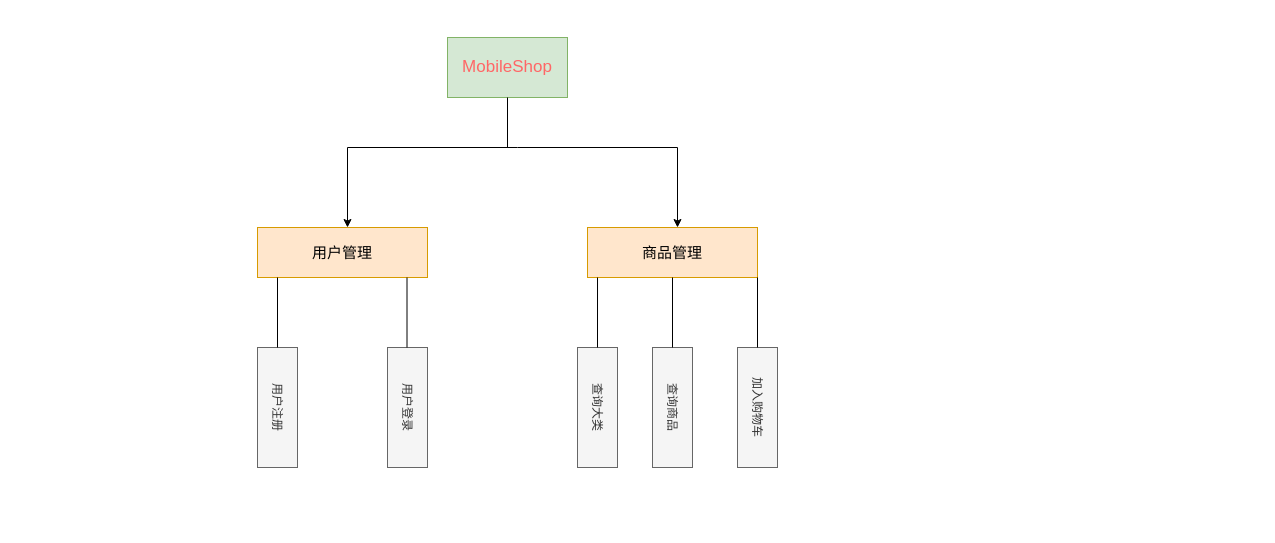
Above: page "功能模块图" (6 of 7) of flow_chart.drawio in dengzhu-hub/diagrams (draw.io), before the change. Source tidied: cells renumbered, new cells numbered last; positions are measured from the earlier drawing's top-left corner, leaving out a move shared by most shapes. Both pictures are drawn from the tidied source at 100%, with x=0, y=0 at pixel (217, 37).
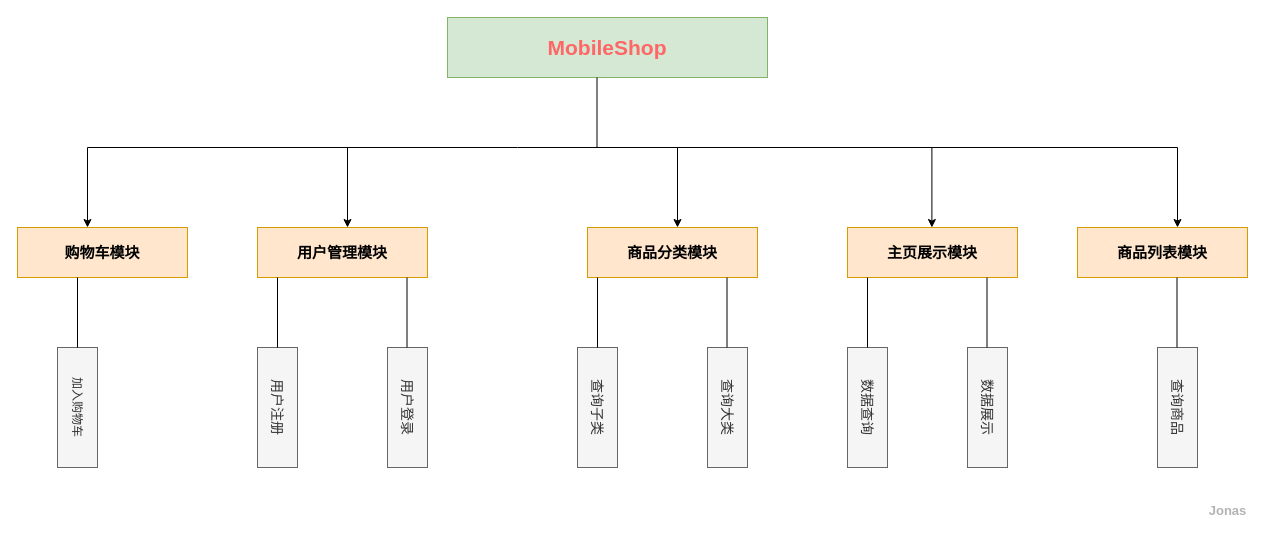
After the change.

The edit, as a diff of the source:
```diff
@@
-    <mxCell id="2" value="&lt;font color=&quot;#ff6666&quot; style=&quot;font-size: 17px;&quot;&gt;MobileShop&lt;/font&gt;" style="rounded=0;whiteSpace=wrap;html=1;fillColor=#d5e8d4;strokeColor=#82b366;" parent="1" vertex="1">
-      <mxGeometry x="230" width="120" height="60" as="geometry" />
+    <mxCell id="2" value="&lt;font color=&quot;#ff6666&quot; style=&quot;font-size: 21px;&quot;&gt;&lt;b&gt;MobileShop&lt;/b&gt;&lt;/font&gt;" style="rounded=0;whiteSpace=wrap;html=1;fillColor=#d5e8d4;strokeColor=#82b366;" parent="1" vertex="1">
+      <mxGeometry x="230" y="-20" width="320" height="60" as="geometry" />
     </mxCell>
-    <mxCell id="3" style="endArrow=none;html=1;rounded=0;entryX=0.5;entryY=1;entryDx=0;entryDy=0;" parent="1" edge="1" target="2">
-      <mxGeometry relative="1" as="geometry">
-        <mxPoint x="290" y="110" as="sourcePoint" />
-      </mxGeometry>
-    </mxCell>
     <mxCell id="4" style="endArrow=none;html=1;rounded=0;" parent="1" edge="1">
       <mxGeometry relative="1" as="geometry">
-        <mxPoint x="130" y="110" as="sourcePoint" />
-        <mxPoint x="460" y="110" as="targetPoint" />
+        <mxPoint x="-130" y="110" as="sourcePoint" />
+        <mxPoint x="960" y="110" as="targetPoint" />
         <Array as="points">
           <mxPoint x="300" y="110" />
         </Array>
       </mxGeometry>
     </mxCell>
@@
-    <mxCell id="6" value="&lt;font style=&quot;font-size: 15px;&quot;&gt;用户管理&lt;/font&gt;" style="rounded=0;whiteSpace=wrap;html=1;rotation=0;fillColor=#ffe6cc;strokeColor=#d79b00;" parent="1" vertex="1">
+    <mxCell id="6" value="&lt;font style=&quot;font-size: 15px;&quot;&gt;&lt;b&gt;用户管理模块&lt;/b&gt;&lt;/font&gt;" style="rounded=0;whiteSpace=wrap;html=1;rotation=0;fillColor=#ffe6cc;strokeColor=#d79b00;" parent="1" vertex="1">
       <mxGeometry x="40" y="190" width="170" height="50" as="geometry" />
     </mxCell>
@@
-    <mxCell id="8" value="&lt;font style=&quot;font-size: 15px;&quot;&gt;商品管理&lt;/font&gt;" style="rounded=0;whiteSpace=wrap;html=1;rotation=0;fillColor=#ffe6cc;strokeColor=#d79b00;" parent="1" vertex="1">
+    <mxCell id="8" value="&lt;font style=&quot;font-size: 15px;&quot;&gt;&lt;b&gt;商品分类模块&lt;/b&gt;&lt;/font&gt;" style="rounded=0;whiteSpace=wrap;html=1;rotation=0;fillColor=#ffe6cc;strokeColor=#d79b00;" parent="1" vertex="1">
       <mxGeometry x="370" y="190" width="170" height="50" as="geometry" />
     </mxCell>
-    <mxCell id="9" value="用户注册" style="rounded=0;whiteSpace=wrap;html=1;rotation=90;fillColor=#f5f5f5;fontColor=#333333;strokeColor=#666666;" parent="1" vertex="1">
+    <mxCell id="9" value="&lt;font style=&quot;font-size: 14px;&quot;&gt;用户注册&lt;/font&gt;" style="rounded=0;whiteSpace=wrap;html=1;rotation=90;fillColor=#f5f5f5;fontColor=#333333;strokeColor=#666666;" parent="1" vertex="1">
       <mxGeometry y="350" width="120" height="40" as="geometry" />
     </mxCell>
-    <mxCell id="10" value="用户登录" style="rounded=0;whiteSpace=wrap;html=1;rotation=90;fillColor=#f5f5f5;fontColor=#333333;strokeColor=#666666;" parent="1" vertex="1">
+    <mxCell id="10" value="&lt;font style=&quot;font-size: 14px;&quot;&gt;用户登录&lt;/font&gt;" style="rounded=0;whiteSpace=wrap;html=1;rotation=90;fillColor=#f5f5f5;fontColor=#333333;strokeColor=#666666;" parent="1" vertex="1">
       <mxGeometry x="130" y="350" width="120" height="40" as="geometry" />
     </mxCell>
@@
-    <mxCell id="13" value="查询大类" style="rounded=0;whiteSpace=wrap;html=1;rotation=90;fillColor=#f5f5f5;fontColor=#333333;strokeColor=#666666;" parent="1" vertex="1">
+    <mxCell id="13" value="&lt;font style=&quot;font-size: 14px;&quot;&gt;查询子类&lt;/font&gt;" style="rounded=0;whiteSpace=wrap;html=1;rotation=90;fillColor=#f5f5f5;fontColor=#333333;strokeColor=#666666;" parent="1" vertex="1">
       <mxGeometry x="320" y="350" width="120" height="40" as="geometry" />
     </mxCell>
-    <mxCell id="14" value="查询商品" style="rounded=0;whiteSpace=wrap;html=1;rotation=90;fillColor=#f5f5f5;fontColor=#333333;strokeColor=#666666;" parent="1" vertex="1">
-      <mxGeometry x="395" y="350" width="120" height="40" as="geometry" />
-    </mxCell>
-    <mxCell id="15" value="加入购物车" style="rounded=0;whiteSpace=wrap;html=1;rotation=90;fillColor=#f5f5f5;fontColor=#333333;strokeColor=#666666;" parent="1" vertex="1">
-      <mxGeometry x="480" y="350" width="120" height="40" as="geometry" />
+    <mxCell id="15" value="&lt;font style=&quot;font-size: 14px;&quot;&gt;查询大类&lt;/font&gt;" style="rounded=0;whiteSpace=wrap;html=1;rotation=90;fillColor=#f5f5f5;fontColor=#333333;strokeColor=#666666;" parent="1" vertex="1">
+      <mxGeometry x="450" y="350" width="120" height="40" as="geometry" />
     </mxCell>
@@
-    <mxCell id="17" style="endArrow=none;html=1;rounded=0;exitX=0;exitY=0.5;exitDx=0;exitDy=0;entryX=0.5;entryY=1;entryDx=0;entryDy=0;" parent="1" edge="1" source="14" target="8">
-      <mxGeometry relative="1" as="geometry" />
-    </mxCell>
-    <mxCell id="18" style="endArrow=none;html=1;rounded=0;exitX=0;exitY=0.5;exitDx=0;exitDy=0;entryX=1;entryY=1;entryDx=0;entryDy=0;" parent="1" edge="1" source="15" target="8">
-      <mxGeometry relative="1" as="geometry" />
-    </mxCell>
+    <mxCell id="19" value="&lt;font style=&quot;font-size: 15px;&quot;&gt;&lt;b&gt;主页展示模块&lt;/b&gt;&lt;/font&gt;" style="rounded=0;whiteSpace=wrap;html=1;rotation=0;fillColor=#ffe6cc;strokeColor=#d79b00;" parent="1" vertex="1">
+      <mxGeometry x="630" y="190" width="170" height="50" as="geometry" />
+    </mxCell>
+    <mxCell id="20" value="&lt;font style=&quot;font-size: 15px;&quot;&gt;&lt;b&gt;商品列表模块&lt;/b&gt;&lt;/font&gt;" style="rounded=0;whiteSpace=wrap;html=1;rotation=0;fillColor=#ffe6cc;strokeColor=#d79b00;" parent="1" vertex="1">
+      <mxGeometry x="860" y="190" width="170" height="50" as="geometry" />
+    </mxCell>
+    <mxCell id="21" value="&lt;font style=&quot;font-size: 15px;&quot;&gt;&lt;b&gt;购物车模块&lt;/b&gt;&lt;/font&gt;" style="rounded=0;whiteSpace=wrap;html=1;rotation=0;fillColor=#ffe6cc;strokeColor=#d79b00;" parent="1" vertex="1">
+      <mxGeometry x="-200" y="190" width="170" height="50" as="geometry" />
+    </mxCell>
+    <mxCell id="22" value="加入购物车" style="rounded=0;whiteSpace=wrap;html=1;rotation=90;fillColor=#f5f5f5;fontColor=#333333;strokeColor=#666666;" parent="1" vertex="1">
+      <mxGeometry x="-200" y="350" width="120" height="40" as="geometry" />
+    </mxCell>
+    <mxCell id="23" style="endArrow=classic;html=1;rounded=0;" parent="1" edge="1">
+      <mxGeometry relative="1" as="geometry">
+        <mxPoint x="-130" y="110" as="sourcePoint" />
+        <mxPoint x="-130" y="190" as="targetPoint" />
+      </mxGeometry>
+    </mxCell>
+    <mxCell id="24" style="endArrow=classic;html=1;rounded=0;" parent="1" edge="1">
+      <mxGeometry relative="1" as="geometry">
+        <mxPoint x="714.4" y="110" as="sourcePoint" />
+        <mxPoint x="714.4" y="190" as="targetPoint" />
+      </mxGeometry>
+    </mxCell>
+    <mxCell id="25" style="endArrow=classic;html=1;rounded=0;" parent="1" edge="1">
+      <mxGeometry relative="1" as="geometry">
+        <mxPoint x="960" y="110" as="sourcePoint" />
+        <mxPoint x="960" y="190" as="targetPoint" />
+      </mxGeometry>
+    </mxCell>
+    <mxCell id="26" style="endArrow=none;html=1;rounded=0;exitX=0;exitY=0.5;exitDx=0;exitDy=0;" parent="1" edge="1">
+      <mxGeometry relative="1" as="geometry">
+        <mxPoint x="-140" y="310" as="sourcePoint" />
+        <mxPoint x="-140" y="240" as="targetPoint" />
+      </mxGeometry>
+    </mxCell>
+    <mxCell id="27" value="&lt;font style=&quot;font-size: 14px;&quot;&gt;数据查询&lt;/font&gt;" style="rounded=0;whiteSpace=wrap;html=1;rotation=90;fillColor=#f5f5f5;fontColor=#333333;strokeColor=#666666;" parent="1" vertex="1">
+      <mxGeometry x="590" y="350" width="120" height="40" as="geometry" />
+    </mxCell>
+    <mxCell id="28" value="&lt;font style=&quot;font-size: 14px;&quot;&gt;数据展示&lt;/font&gt;" style="rounded=0;whiteSpace=wrap;html=1;rotation=90;fillColor=#f5f5f5;fontColor=#333333;strokeColor=#666666;" parent="1" vertex="1">
+      <mxGeometry x="710" y="350" width="120" height="40" as="geometry" />
+    </mxCell>
+    <mxCell id="29" style="endArrow=none;html=1;rounded=0;exitX=0;exitY=0.5;exitDx=0;exitDy=0;entryX=1;entryY=1;entryDx=0;entryDy=0;" parent="1" edge="1">
+      <mxGeometry relative="1" as="geometry">
+        <mxPoint x="650" y="310" as="sourcePoint" />
+        <mxPoint x="650" y="240" as="targetPoint" />
+      </mxGeometry>
+    </mxCell>
+    <mxCell id="30" style="endArrow=none;html=1;rounded=0;exitX=0;exitY=0.5;exitDx=0;exitDy=0;entryX=1;entryY=1;entryDx=0;entryDy=0;" parent="1" edge="1">
+      <mxGeometry relative="1" as="geometry">
+        <mxPoint x="769.5" y="310" as="sourcePoint" />
+        <mxPoint x="769.5" y="240" as="targetPoint" />
+      </mxGeometry>
+    </mxCell>
+    <mxCell id="14" value="&lt;font style=&quot;font-size: 14px;&quot;&gt;查询商品&lt;/font&gt;" style="rounded=0;whiteSpace=wrap;html=1;rotation=90;fillColor=#f5f5f5;fontColor=#333333;strokeColor=#666666;" parent="1" vertex="1">
+      <mxGeometry x="900" y="350" width="120" height="40" as="geometry" />
+    </mxCell>
+    <mxCell id="31" style="endArrow=none;html=1;rounded=0;exitX=0;exitY=0.5;exitDx=0;exitDy=0;entryX=1;entryY=1;entryDx=0;entryDy=0;" parent="1" edge="1">
+      <mxGeometry relative="1" as="geometry">
+        <mxPoint x="959.5" y="310" as="sourcePoint" />
+        <mxPoint x="959.5" y="240" as="targetPoint" />
+      </mxGeometry>
+    </mxCell>
+    <mxCell id="32" style="endArrow=none;html=1;rounded=0;entryX=0;entryY=0.5;entryDx=0;entryDy=0;exitX=0.059;exitY=1;exitDx=0;exitDy=0;exitPerimeter=0;" parent="1" edge="1">
+      <mxGeometry relative="1" as="geometry">
+        <mxPoint x="509.5" y="240" as="sourcePoint" />
+        <mxPoint x="509.5" y="310" as="targetPoint" />
+      </mxGeometry>
+    </mxCell>
+    <mxCell id="33" style="endArrow=none;html=1;rounded=0;exitX=0;exitY=0.5;exitDx=0;exitDy=0;" parent="1" edge="1">
+      <mxGeometry relative="1" as="geometry">
+        <mxPoint x="379.5" y="110" as="sourcePoint" />
+        <mxPoint x="379.5" y="40" as="targetPoint" />
+      </mxGeometry>
+    </mxCell>
+    <mxCell id="34" value="&lt;font color=&quot;#b3b3b3&quot; style=&quot;font-size: 13px;&quot;&gt;&lt;b style=&quot;&quot;&gt;Jonas&lt;/b&gt;&lt;/font&gt;" style="text;html=1;align=center;verticalAlign=middle;strokeColor=none;fillColor=none;" parent="1" vertex="1">
+      <mxGeometry x="980" y="458" width="60" height="30" as="geometry" />
+    </mxCell>
```
